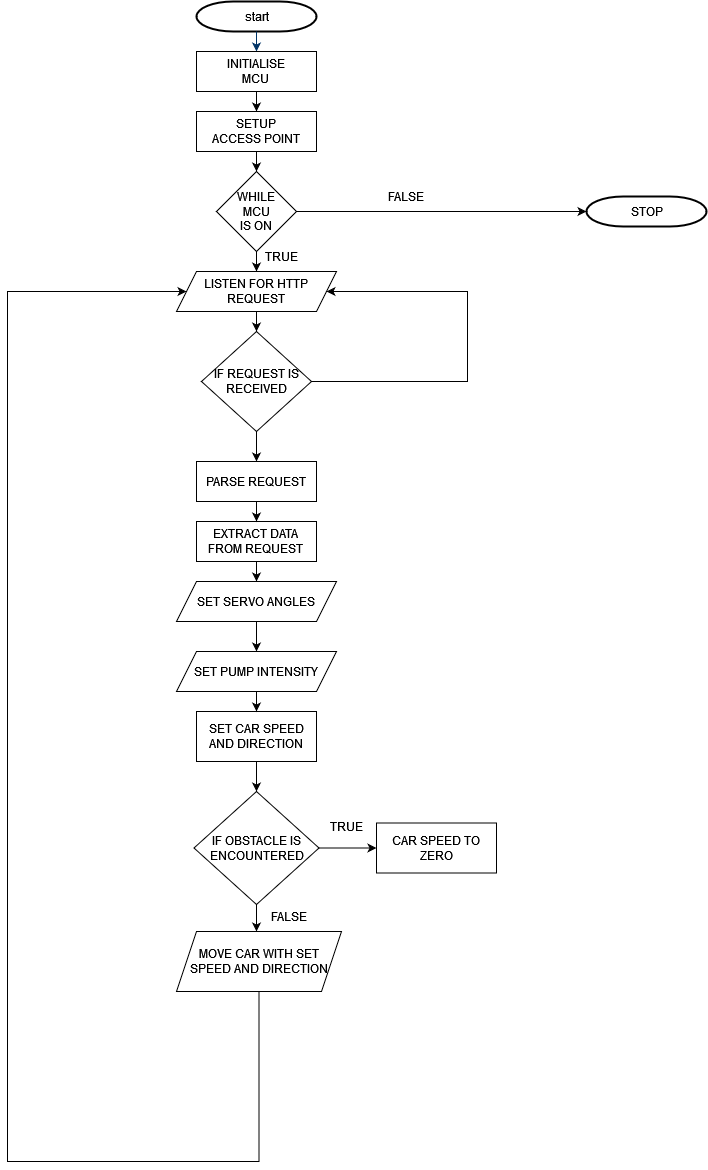
Above: MCU.png in nahiim/nahiim (draw.io), before the change. Source tidied: cells renumbered, new cells last; positions are measured from the earlier drawing's top-left corner, leaving out a move shared by most shapes.
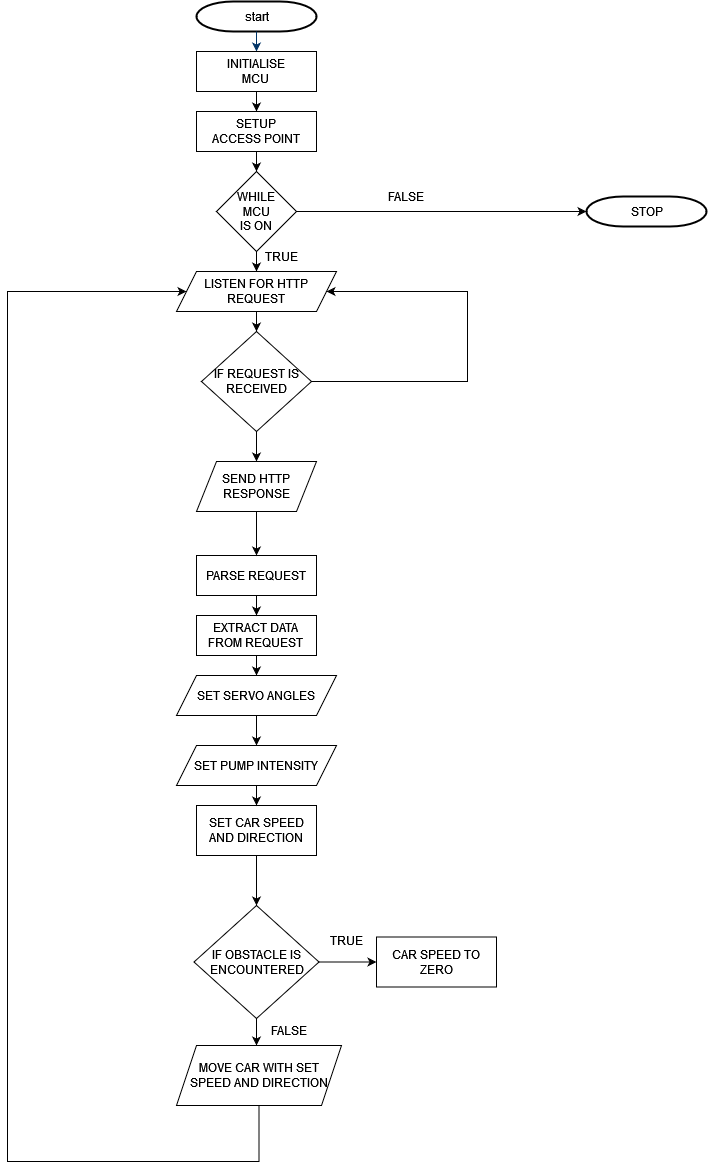
Above is the later version.

Diff of the diagram source:
```diff
@@ -40,9 +40,6 @@
     <mxCell id="13" value="LISTEN FOR HTTP REQUEST" style="shape=parallelogram;perimeter=parallelogramPerimeter;whiteSpace=wrap;html=1;fixedSize=1;" parent="1" vertex="1">
       <mxGeometry x="169" y="270" width="160" height="40" as="geometry" />
     </mxCell>
-    <mxCell id="14" style="edgeStyle=orthogonalEdgeStyle;rounded=0;jettySize=auto;html=1;" parent="1" edge="1" source="16" target="21">
-      <mxGeometry relative="1" as="geometry" />
-    </mxCell>
     <mxCell id="15" style="edgeStyle=orthogonalEdgeStyle;rounded=0;jettySize=auto;html=1;entryX=1;entryY=0.5;entryDx=0;entryDy=0;" parent="1" edge="1" source="16" target="13">
       <mxGeometry relative="1" as="geometry">
         <Array as="points">
@@ -51,6 +48,9 @@
         </Array>
       </mxGeometry>
     </mxCell>
+    <mxCell id="39" style="edgeStyle=orthogonalEdgeStyle;rounded=0;jettySize=auto;html=1;" parent="1" edge="1" source="16" target="41">
+      <mxGeometry relative="1" as="geometry" />
+    </mxCell>
     <mxCell id="16" value="IF REQUEST IS RECEIVED" style="rhombus;whiteSpace=wrap;html=1;" parent="1" vertex="1">
       <mxGeometry x="194" y="330" width="110" height="100" as="geometry" />
     </mxCell>
@@ -58,7 +58,7 @@
       <mxGeometry relative="1" as="geometry" />
     </mxCell>
     <mxCell id="18" value="&lt;div&gt;EXTRACT DATA&lt;/div&gt;&lt;div&gt;FROM REQUEST&lt;br&gt;&lt;/div&gt;" style="rounded=0;whiteSpace=wrap;html=1;" parent="1" vertex="1">
-      <mxGeometry x="189" y="520" width="120" height="40" as="geometry" />
+      <mxGeometry x="189" y="614" width="120" height="40" as="geometry" />
     </mxCell>
     <mxCell id="19" style="edgeStyle=orthogonalEdgeStyle;rounded=0;orthogonalLoop=1;jettySize=auto;html=1;exitX=0.5;exitY=1;exitDx=0;exitDy=0;" parent="1" edge="1" source="18" target="18">
       <mxGeometry relative="1" as="geometry" />
@@ -67,39 +67,39 @@
       <mxGeometry relative="1" as="geometry" />
     </mxCell>
     <mxCell id="21" value="PARSE REQUEST" style="rounded=0;whiteSpace=wrap;html=1;" parent="1" vertex="1">
-      <mxGeometry x="189" y="460" width="120" height="40" as="geometry" />
+      <mxGeometry x="189" y="554" width="120" height="40" as="geometry" />
     </mxCell>
     <mxCell id="22" style="edgeStyle=orthogonalEdgeStyle;rounded=0;jettySize=auto;html=1;" parent="1" edge="1" source="23" target="30">
       <mxGeometry relative="1" as="geometry" />
     </mxCell>
     <mxCell id="23" value="SET CAR SPEED AND DIRECTION" style="rounded=0;whiteSpace=wrap;html=1;" parent="1" vertex="1">
-      <mxGeometry x="189" y="710" width="120" height="50" as="geometry" />
+      <mxGeometry x="189" y="804" width="120" height="50" as="geometry" />
     </mxCell>
     <mxCell id="24" style="edgeStyle=orthogonalEdgeStyle;rounded=0;jettySize=auto;html=1;" parent="1" edge="1" source="25" target="27">
       <mxGeometry relative="1" as="geometry" />
     </mxCell>
     <mxCell id="25" value="SET SERVO ANGLES" style="shape=parallelogram;perimeter=parallelogramPerimeter;whiteSpace=wrap;html=1;fixedSize=1;" parent="1" vertex="1">
-      <mxGeometry x="169" y="580" width="160" height="40" as="geometry" />
+      <mxGeometry x="169" y="674" width="160" height="40" as="geometry" />
     </mxCell>
     <mxCell id="26" style="edgeStyle=orthogonalEdgeStyle;rounded=0;jettySize=auto;html=1;" parent="1" edge="1" source="27" target="23">
       <mxGeometry relative="1" as="geometry" />
     </mxCell>
     <mxCell id="27" value="SET PUMP INTENSITY" style="shape=parallelogram;perimeter=parallelogramPerimeter;whiteSpace=wrap;html=1;fixedSize=1;" parent="1" vertex="1">
-      <mxGeometry x="169" y="650" width="160" height="40" as="geometry" />
+      <mxGeometry x="169" y="744" width="160" height="40" as="geometry" />
     </mxCell>
     <mxCell id="28" style="edgeStyle=orthogonalEdgeStyle;rounded=0;jettySize=auto;html=1;" parent="1" edge="1" source="30">
       <mxGeometry relative="1" as="geometry">
-        <mxPoint x="249" y="930" as="targetPoint" />
+        <mxPoint x="249" y="1044" as="targetPoint" />
       </mxGeometry>
     </mxCell>
     <mxCell id="29" style="edgeStyle=orthogonalEdgeStyle;rounded=0;jettySize=auto;html=1;" parent="1" edge="1" source="30" target="31">
       <mxGeometry relative="1" as="geometry" />
     </mxCell>
     <mxCell id="30" value="IF OBSTACLE IS ENCOUNTERED" style="rhombus;whiteSpace=wrap;html=1;" parent="1" vertex="1">
-      <mxGeometry x="186.5" y="790" width="125" height="113" as="geometry" />
+      <mxGeometry x="186.5" y="904" width="125" height="113" as="geometry" />
     </mxCell>
     <mxCell id="31" value="CAR SPEED TO ZERO" style="rounded=0;whiteSpace=wrap;html=1;" parent="1" vertex="1">
-      <mxGeometry x="369" y="821.5" width="120" height="50" as="geometry" />
+      <mxGeometry x="369" y="935.5" width="120" height="50" as="geometry" />
     </mxCell>
     <mxCell id="32" style="edgeStyle=orthogonalEdgeStyle;rounded=0;jettySize=auto;html=1;entryX=0;entryY=0.5;entryDx=0;entryDy=0;exitX=0.5;exitY=1;exitDx=0;exitDy=0;" parent="1" edge="1" source="38" target="13">
       <mxGeometry relative="1" as="geometry">
@@ -120,13 +120,19 @@
       <mxGeometry x="369" y="180" width="60" height="30" as="geometry" />
     </mxCell>
     <mxCell id="36" value="TRUE" style="text;html=1;strokeColor=none;fillColor=none;align=center;verticalAlign=middle;whiteSpace=wrap;rounded=0;" parent="1" vertex="1">
-      <mxGeometry x="309" y="810" width="60" height="30" as="geometry" />
+      <mxGeometry x="309" y="924" width="60" height="30" as="geometry" />
     </mxCell>
     <mxCell id="37" value="FALSE" style="text;html=1;strokeColor=none;fillColor=none;align=center;verticalAlign=middle;whiteSpace=wrap;rounded=0;" parent="1" vertex="1">
-      <mxGeometry x="251.5" y="900" width="60" height="30" as="geometry" />
+      <mxGeometry x="251.5" y="1014" width="60" height="30" as="geometry" />
     </mxCell>
     <mxCell id="38" value="MOVE CAR WITH SET SPEED AND DIRECTION" style="shape=parallelogram;perimeter=parallelogramPerimeter;whiteSpace=wrap;html=1;fixedSize=1;" parent="1" vertex="1">
-      <mxGeometry x="169" y="930" width="165" height="60" as="geometry" />
+      <mxGeometry x="169" y="1044" width="165" height="60" as="geometry" />
     </mxCell>
+    <mxCell id="40" style="edgeStyle=orthogonalEdgeStyle;rounded=0;jettySize=auto;html=1;" parent="1" edge="1" source="41" target="21">
+      <mxGeometry relative="1" as="geometry" />
+    </mxCell>
+    <mxCell id="41" value="SEND HTTP RESPONSE" style="shape=parallelogram;perimeter=parallelogramPerimeter;whiteSpace=wrap;html=1;fixedSize=1;" parent="1" vertex="1">
+      <mxGeometry x="189" y="460" width="120" height="50" as="geometry" />
+    </mxCell>
   </root>
 </mxGraphModel>
```
